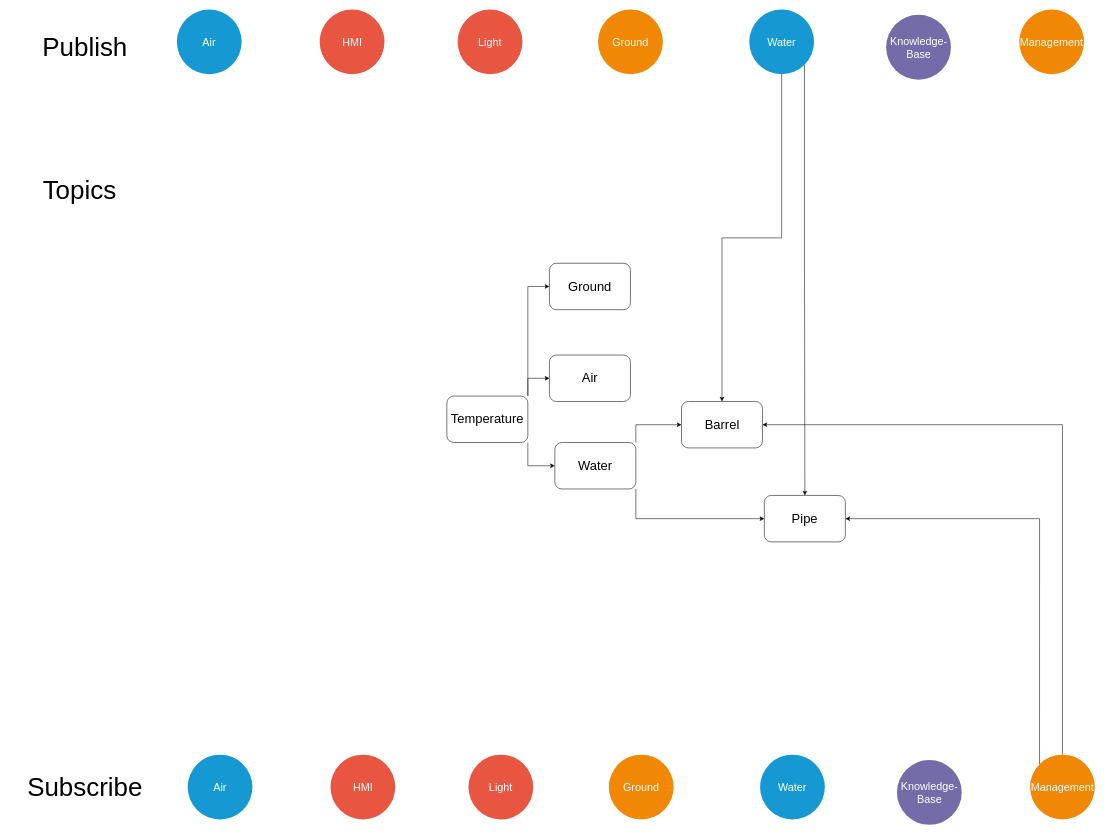
Before: topic-temperature_iot-greenhouse.drawio in asfe0001/IoT-Greenhouse, a draw.io diagram. Source tidied: cells renumbered, new cells numbered last; positions are measured from the earlier drawing's top-left corner, leaving out a move shared by most shapes. Both pictures are drawn from the tidied source at 54%, with x=0, y=0 at pixel (15, 9).
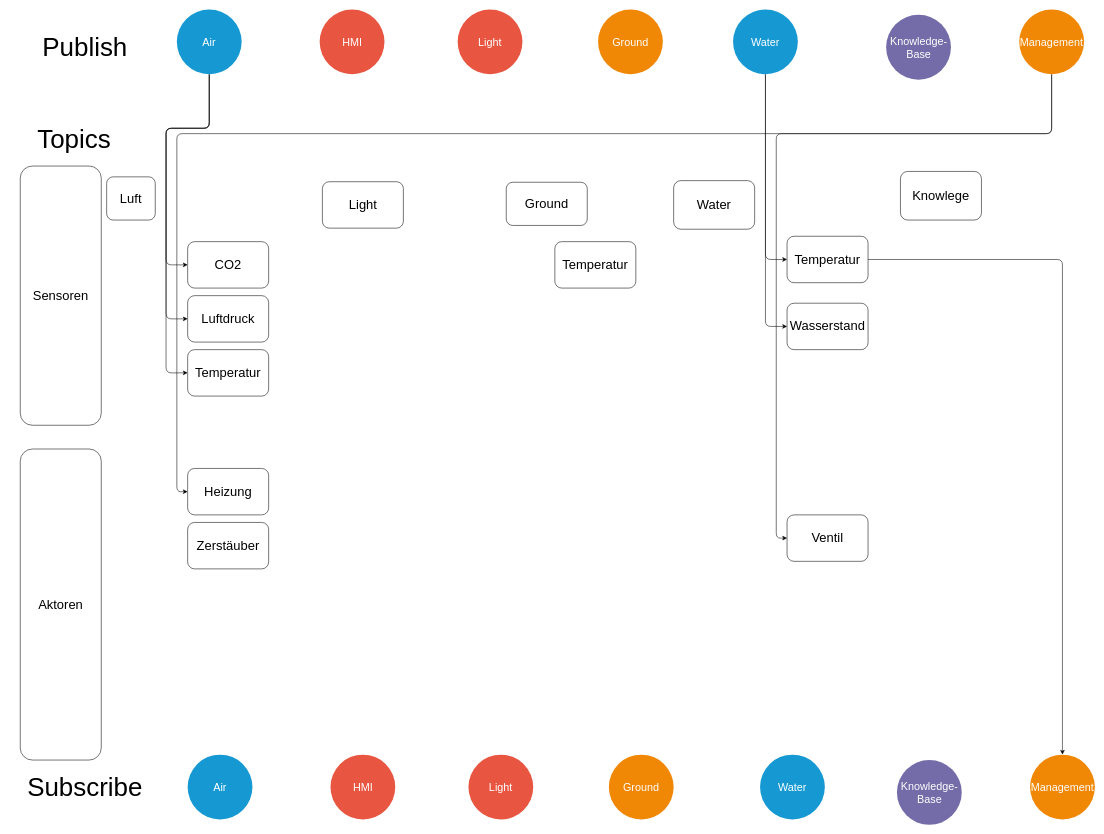
The same page after the edit.

Unchanged cells that the change refers to:
```xml
<mxCell id="2" value="Air" style="ellipse;whiteSpace=wrap;html=1;shadow=0;fontFamily=Helvetica;fontSize=20;fontColor=#FFFFFF;align=center;strokeWidth=3;fillColor=#1699D3;strokeColor=none;" parent="1" vertex="1">
  <mxGeometry x="300" width="120" height="120" as="geometry" />
</mxCell>
<mxCell id="9" value="Management" style="ellipse;whiteSpace=wrap;html=1;shadow=0;fontFamily=Helvetica;fontSize=20;fontColor=#FFFFFF;align=center;strokeWidth=3;fillColor=#F08705;strokeColor=none;" parent="1" vertex="1">
  <mxGeometry x="1860" width="120" height="120" as="geometry" />
</mxCell>
<mxCell id="18" value="Management" style="ellipse;whiteSpace=wrap;html=1;shadow=0;fontFamily=Helvetica;fontSize=20;fontColor=#FFFFFF;align=center;strokeWidth=3;fillColor=#F08705;strokeColor=none;" parent="1" vertex="1">
  <mxGeometry x="1880" y="1380" width="120" height="120" as="geometry" />
</mxCell>
```

Change to the diagram source:
```diff
@@
+    <mxCell id="34" style="edgeStyle=none;html=1;exitX=0.5;exitY=1;exitDx=0;exitDy=0;entryX=0;entryY=0.5;entryDx=0;entryDy=0;" parent="1" edge="1" source="2" target="45">
+      <mxGeometry relative="1" as="geometry">
+        <Array as="points">
+          <mxPoint x="360" y="220" />
+          <mxPoint x="280" y="220" />
+          <mxPoint x="280" y="473" />
+        </Array>
+      </mxGeometry>
+    </mxCell>
+    <mxCell id="35" style="edgeStyle=none;html=1;exitX=0.5;exitY=1;exitDx=0;exitDy=0;entryX=0;entryY=0.5;entryDx=0;entryDy=0;" parent="1" edge="1" source="2" target="46">
+      <mxGeometry relative="1" as="geometry">
+        <Array as="points">
+          <mxPoint x="360" y="220" />
+          <mxPoint x="280" y="220" />
+          <mxPoint x="280" y="573" />
+        </Array>
+      </mxGeometry>
+    </mxCell>
+    <mxCell id="36" style="edgeStyle=none;html=1;exitX=0.5;exitY=1;exitDx=0;exitDy=0;entryX=0;entryY=0.5;entryDx=0;entryDy=0;" parent="1" edge="1" source="2" target="48">
+      <mxGeometry relative="1" as="geometry">
+        <Array as="points">
+          <mxPoint x="360" y="220" />
+          <mxPoint x="280" y="220" />
+          <mxPoint x="280" y="673" />
+        </Array>
+      </mxGeometry>
+    </mxCell>
@@
-    <mxCell id="5" style="edgeStyle=orthogonalEdgeStyle;rounded=0;jettySize=auto;html=1;exitX=0.5;exitY=1;exitDx=0;exitDy=0;" parent="1" edge="1" source="7" target="33">
-      <mxGeometry relative="1" as="geometry" />
-    </mxCell>
-    <mxCell id="6" style="edgeStyle=orthogonalEdgeStyle;rounded=0;jettySize=auto;html=1;exitX=1;exitY=1;exitDx=0;exitDy=0;" parent="1" edge="1" source="7" target="32">
-      <mxGeometry relative="1" as="geometry" />
-    </mxCell>
+    <mxCell id="37" style="edgeStyle=none;html=1;exitX=0.5;exitY=1;exitDx=0;exitDy=0;entryX=0;entryY=0.5;entryDx=0;entryDy=0;" parent="1" edge="1" source="7" target="42">
+      <mxGeometry relative="1" as="geometry">
+        <Array as="points">
+          <mxPoint x="1390" y="587" />
+        </Array>
+      </mxGeometry>
+    </mxCell>
+    <mxCell id="38" style="edgeStyle=none;html=1;exitX=0.5;exitY=1;exitDx=0;exitDy=0;entryX=0;entryY=0.5;entryDx=0;entryDy=0;" parent="1" edge="1" source="7" target="44">
+      <mxGeometry relative="1" as="geometry">
+        <Array as="points">
+          <mxPoint x="1390" y="463" />
+        </Array>
+      </mxGeometry>
+    </mxCell>
     <mxCell id="7" value="Water" style="ellipse;whiteSpace=wrap;html=1;shadow=0;fontFamily=Helvetica;fontSize=20;fontColor=#FFFFFF;align=center;strokeWidth=3;fillColor=#1699D3;strokeColor=none;" parent="1" vertex="1">
-      <mxGeometry x="1360" width="120" height="120" as="geometry" />
+      <mxGeometry x="1330" width="120" height="120" as="geometry" />
     </mxCell>
@@
+    <mxCell id="39" style="edgeStyle=none;html=1;exitX=0.5;exitY=1;exitDx=0;exitDy=0;entryX=0;entryY=0.5;entryDx=0;entryDy=0;" parent="1" edge="1" source="9" target="41">
+      <mxGeometry relative="1" as="geometry">
+        <Array as="points">
+          <mxPoint x="1920" y="230" />
+          <mxPoint x="1660" y="230" />
+          <mxPoint x="1410" y="230" />
+          <mxPoint x="1410" y="979" />
+        </Array>
+      </mxGeometry>
+    </mxCell>
+    <mxCell id="40" style="edgeStyle=none;html=1;exitX=0.5;exitY=1;exitDx=0;exitDy=0;entryX=0;entryY=0.5;entryDx=0;entryDy=0;" parent="1" edge="1" source="9" target="47">
+      <mxGeometry relative="1" as="geometry">
+        <Array as="points">
+          <mxPoint x="1920" y="230" />
+          <mxPoint x="300" y="230" />
+          <mxPoint x="300" y="893" />
+        </Array>
+      </mxGeometry>
+    </mxCell>
@@
-    <mxCell id="16" style="edgeStyle=orthogonalEdgeStyle;rounded=0;jettySize=auto;html=1;exitX=0.5;exitY=0;exitDx=0;exitDy=0;entryX=1;entryY=0.5;entryDx=0;entryDy=0;" parent="1" edge="1" source="18" target="33">
-      <mxGeometry relative="1" as="geometry" />
-    </mxCell>
-    <mxCell id="17" style="edgeStyle=orthogonalEdgeStyle;rounded=0;jettySize=auto;html=1;exitX=0;exitY=0;exitDx=0;exitDy=0;entryX=1;entryY=0.5;entryDx=0;entryDy=0;" parent="1" edge="1" source="18" target="32">
-      <mxGeometry relative="1" as="geometry">
-        <Array as="points">
-          <mxPoint x="1898" y="943" />
-        </Array>
-      </mxGeometry>
-    </mxCell>
@@
-    <mxCell id="20" style="edgeStyle=orthogonalEdgeStyle;rounded=0;jettySize=auto;html=1;exitX=1;exitY=0;exitDx=0;exitDy=0;entryX=0;entryY=0.5;entryDx=0;entryDy=0;" parent="1" edge="1" source="23" target="27">
-      <mxGeometry relative="1" as="geometry" />
-    </mxCell>
-    <mxCell id="21" style="edgeStyle=orthogonalEdgeStyle;rounded=0;jettySize=auto;html=1;exitX=1;exitY=1;exitDx=0;exitDy=0;entryX=0;entryY=0.5;entryDx=0;entryDy=0;" parent="1" edge="1" source="23" target="30">
-      <mxGeometry relative="1" as="geometry" />
-    </mxCell>
-    <mxCell id="22" style="edgeStyle=orthogonalEdgeStyle;rounded=0;jettySize=auto;html=1;exitX=1;exitY=0;exitDx=0;exitDy=0;entryX=0;entryY=0.5;entryDx=0;entryDy=0;" parent="1" edge="1" source="23" target="31">
-      <mxGeometry relative="1" as="geometry" />
-    </mxCell>
-    <mxCell id="23" value="&lt;font style=&quot;font-size: 24px&quot;&gt;Temperature&lt;/font&gt;" style="rounded=1;whiteSpace=wrap;html=1;" parent="1" vertex="1">
-      <mxGeometry x="800" y="716" width="150" height="86" as="geometry" />
-    </mxCell>
     <mxCell id="24" value="&lt;font style=&quot;font-size: 48px&quot;&gt;Topics&lt;/font&gt;" style="text;html=1;strokeColor=none;fillColor=none;align=center;verticalAlign=middle;whiteSpace=wrap;rounded=0;" parent="1" vertex="1">
-      <mxGeometry y="294" width="240" height="80" as="geometry" />
+      <mxGeometry x="-10" y="200" width="240" height="80" as="geometry" />
     </mxCell>
@@
-    <mxCell id="27" value="&lt;font style=&quot;font-size: 24px&quot;&gt;Air&lt;/font&gt;" style="rounded=1;whiteSpace=wrap;html=1;" parent="1" vertex="1">
-      <mxGeometry x="990" y="640" width="150" height="86" as="geometry" />
-    </mxCell>
-    <mxCell id="28" style="edgeStyle=orthogonalEdgeStyle;rounded=0;jettySize=auto;html=1;exitX=1;exitY=0;exitDx=0;exitDy=0;" parent="1" edge="1" source="30" target="33">
-      <mxGeometry relative="1" as="geometry" />
-    </mxCell>
-    <mxCell id="29" style="edgeStyle=orthogonalEdgeStyle;rounded=0;jettySize=auto;html=1;exitX=1;exitY=1;exitDx=0;exitDy=0;entryX=0;entryY=0.5;entryDx=0;entryDy=0;" parent="1" edge="1" source="30" target="32">
-      <mxGeometry relative="1" as="geometry" />
-    </mxCell>
     <mxCell id="30" value="&lt;font style=&quot;font-size: 24px&quot;&gt;Water&lt;/font&gt;" style="rounded=1;whiteSpace=wrap;html=1;" parent="1" vertex="1">
-      <mxGeometry x="1000" y="802" width="150" height="86" as="geometry" />
+      <mxGeometry x="1220" y="317" width="150" height="90" as="geometry" />
     </mxCell>
     <mxCell id="31" value="&lt;font style=&quot;font-size: 24px&quot;&gt;Ground&lt;/font&gt;" style="rounded=1;whiteSpace=wrap;html=1;" parent="1" vertex="1">
-      <mxGeometry x="990" y="470" width="150" height="86" as="geometry" />
+      <mxGeometry x="910" y="320" width="150" height="80" as="geometry" />
     </mxCell>
-    <mxCell id="32" value="&lt;font style=&quot;font-size: 24px&quot;&gt;Pipe&lt;/font&gt;" style="rounded=1;whiteSpace=wrap;html=1;" parent="1" vertex="1">
-      <mxGeometry x="1388" y="900" width="150" height="86" as="geometry" />
+    <mxCell id="32" value="&lt;font style=&quot;font-size: 24px&quot;&gt;Light&lt;/font&gt;" style="rounded=1;whiteSpace=wrap;html=1;" parent="1" vertex="1">
+      <mxGeometry x="569.5" y="319" width="150" height="86" as="geometry" />
     </mxCell>
-    <mxCell id="33" value="&lt;font style=&quot;font-size: 24px&quot;&gt;Barrel&lt;/font&gt;" style="rounded=1;whiteSpace=wrap;html=1;" parent="1" vertex="1">
-      <mxGeometry x="1234.5" y="726" width="150" height="86" as="geometry" />
-    </mxCell>
+    <mxCell id="41" value="&lt;font style=&quot;font-size: 24px&quot;&gt;Ventil&lt;/font&gt;" style="rounded=1;whiteSpace=wrap;html=1;" parent="1" vertex="1">
+      <mxGeometry x="1430" y="936" width="150" height="86" as="geometry" />
+    </mxCell>
+    <mxCell id="42" value="&lt;span style=&quot;font-size: 24px&quot;&gt;Wasserstand&lt;/span&gt;" style="rounded=1;whiteSpace=wrap;html=1;" parent="1" vertex="1">
+      <mxGeometry x="1430" y="544" width="150" height="86" as="geometry" />
+    </mxCell>
+    <mxCell id="43" style="edgeStyle=none;html=1;exitX=1;exitY=0.5;exitDx=0;exitDy=0;entryX=0.5;entryY=0;entryDx=0;entryDy=0;" parent="1" edge="1" source="44" target="18">
+      <mxGeometry relative="1" as="geometry">
+        <Array as="points">
+          <mxPoint x="1940" y="463" />
+        </Array>
+      </mxGeometry>
+    </mxCell>
+    <mxCell id="44" value="&lt;font style=&quot;font-size: 24px&quot;&gt;Temperatur&lt;/font&gt;" style="rounded=1;whiteSpace=wrap;html=1;" parent="1" vertex="1">
+      <mxGeometry x="1430" y="420" width="150" height="86" as="geometry" />
+    </mxCell>
+    <mxCell id="45" value="&lt;font style=&quot;font-size: 24px&quot;&gt;CO2&lt;/font&gt;" style="rounded=1;whiteSpace=wrap;html=1;" parent="1" vertex="1">
+      <mxGeometry x="320" y="430" width="150" height="86" as="geometry" />
+    </mxCell>
+    <mxCell id="46" value="&lt;font style=&quot;font-size: 24px&quot;&gt;Luftdruck&lt;/font&gt;" style="rounded=1;whiteSpace=wrap;html=1;" parent="1" vertex="1">
+      <mxGeometry x="320" y="530" width="150" height="86" as="geometry" />
+    </mxCell>
+    <mxCell id="47" value="&lt;font style=&quot;font-size: 24px&quot;&gt;Heizung&lt;/font&gt;" style="rounded=1;whiteSpace=wrap;html=1;" parent="1" vertex="1">
+      <mxGeometry x="320" y="850" width="150" height="86" as="geometry" />
+    </mxCell>
+    <mxCell id="48" value="&lt;font style=&quot;font-size: 24px&quot;&gt;Temperatur&lt;/font&gt;" style="rounded=1;whiteSpace=wrap;html=1;" parent="1" vertex="1">
+      <mxGeometry x="320" y="630" width="150" height="86" as="geometry" />
+    </mxCell>
+    <mxCell id="49" value="&lt;font style=&quot;font-size: 24px&quot;&gt;Luft&lt;/font&gt;" style="rounded=1;whiteSpace=wrap;html=1;" parent="1" vertex="1">
+      <mxGeometry x="170" y="310" width="90" height="80" as="geometry" />
+    </mxCell>
+    <mxCell id="50" value="&lt;font style=&quot;font-size: 24px&quot;&gt;Zerstäuber&lt;/font&gt;" style="rounded=1;whiteSpace=wrap;html=1;" parent="1" vertex="1">
+      <mxGeometry x="320" y="950" width="150" height="86" as="geometry" />
+    </mxCell>
+    <mxCell id="51" value="&lt;font style=&quot;font-size: 24px&quot;&gt;Sensoren&lt;/font&gt;" style="rounded=1;whiteSpace=wrap;html=1;" parent="1" vertex="1">
+      <mxGeometry x="10" y="290" width="150" height="480" as="geometry" />
+    </mxCell>
+    <mxCell id="52" value="&lt;font style=&quot;font-size: 24px&quot;&gt;Aktoren&lt;/font&gt;" style="rounded=1;whiteSpace=wrap;html=1;" parent="1" vertex="1">
+      <mxGeometry x="10" y="814" width="150" height="576" as="geometry" />
+    </mxCell>
+    <mxCell id="53" value="&lt;font style=&quot;font-size: 24px&quot;&gt;Knowlege&lt;/font&gt;" style="rounded=1;whiteSpace=wrap;html=1;" parent="1" vertex="1">
+      <mxGeometry x="1640" y="300" width="150" height="90" as="geometry" />
+    </mxCell>
+    <mxCell id="54" value="&lt;font style=&quot;font-size: 24px&quot;&gt;Temperatur&lt;/font&gt;" style="rounded=1;whiteSpace=wrap;html=1;" parent="1" vertex="1">
+      <mxGeometry x="1000" y="430" width="150" height="86" as="geometry" />
+    </mxCell>
```
